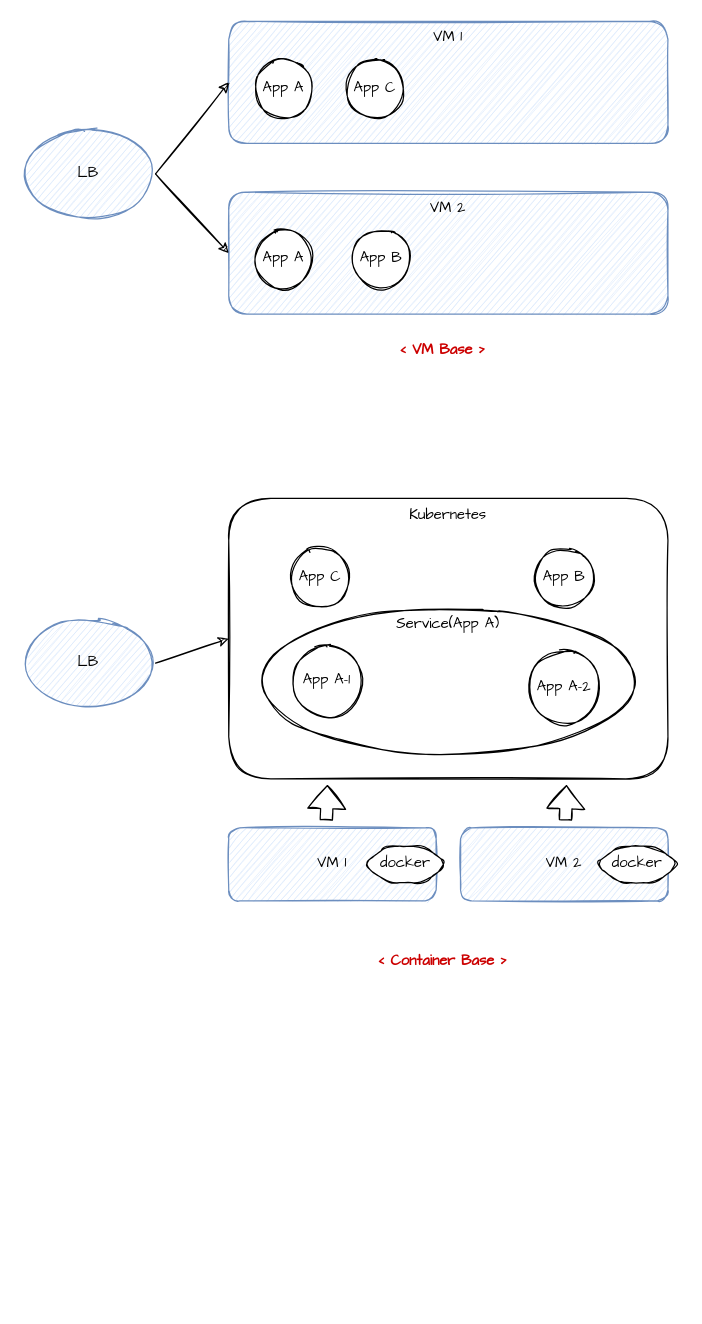
Before: k8s.drawio in chankamlam/demo, a draw.io diagram. Source tidied: cells renumbered, new cells numbered last; positions are measured from the earlier drawing's top-left corner, leaving out a move shared by most shapes. Both pictures are drawn from the tidied source at 122%, with x=0, y=0 at pixel (21, 21).
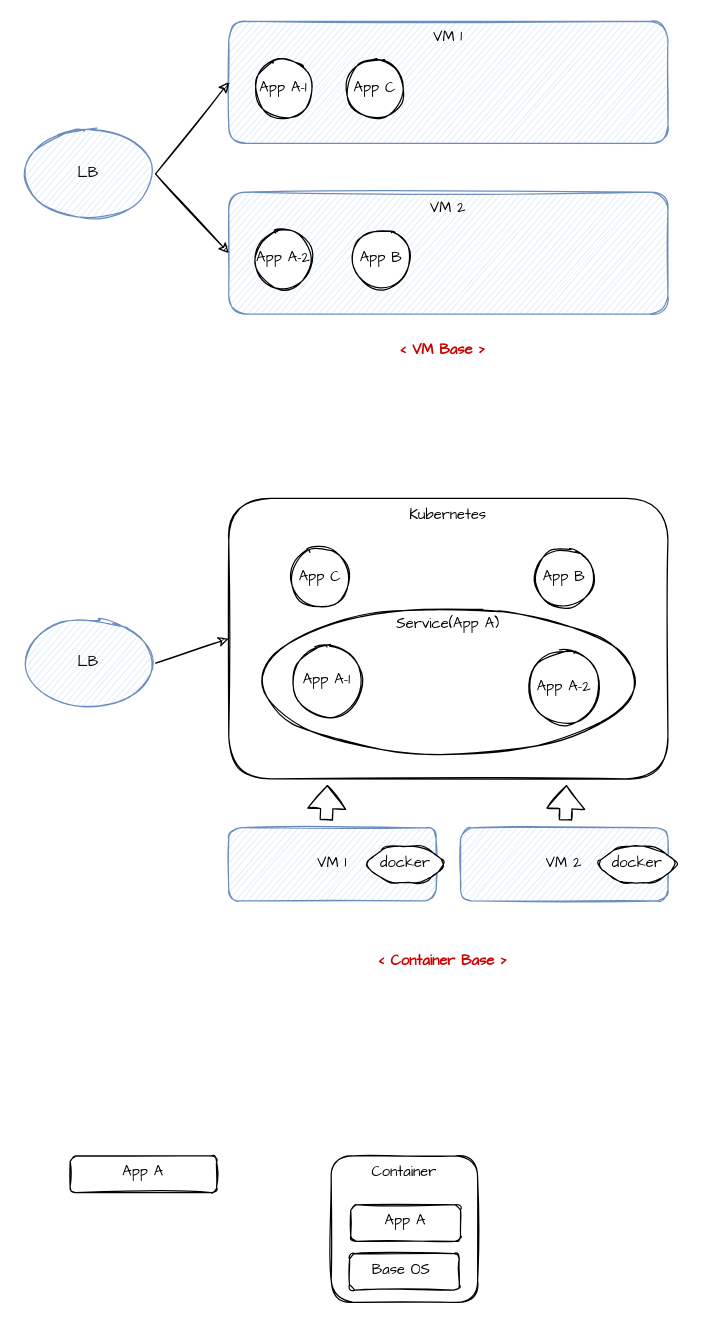
The same page after the edit.

What changed in the source:
```diff
@@
-    <mxCell id="5" value="App A" style="ellipse;whiteSpace=wrap;html=1;verticalAlign=middle;sketch=1;rounded=1;fontFamily=Comic Sans MS;" parent="1" vertex="1">
+    <mxCell id="5" value="App A-2" style="ellipse;whiteSpace=wrap;html=1;verticalAlign=middle;sketch=1;rounded=1;fontFamily=Comic Sans MS;" parent="1" vertex="1">
       <mxGeometry x="190" y="170" width="50" height="50" as="geometry" />
     </mxCell>
-    <mxCell id="6" value="App A" style="ellipse;whiteSpace=wrap;html=1;verticalAlign=middle;sketch=1;rounded=1;fontFamily=Comic Sans MS;" parent="1" vertex="1">
+    <mxCell id="6" value="App A-1" style="ellipse;whiteSpace=wrap;html=1;verticalAlign=middle;sketch=1;rounded=1;fontFamily=Comic Sans MS;" parent="1" vertex="1">
       <mxGeometry x="190" y="30" width="50" height="50" as="geometry" />
     </mxCell>
@@
+    <mxCell id="27" value="&lt;font color=&quot;#000000&quot;&gt;App A&lt;/font&gt;" style="rounded=1;whiteSpace=wrap;html=1;sketch=1;fontFamily=Comic Sans MS;fontColor=#CC0000;verticalAlign=top;" parent="1" vertex="1">
+      <mxGeometry x="40" y="930" width="120" height="30" as="geometry" />
+    </mxCell>
+    <mxCell id="28" value="&lt;font color=&quot;#000000&quot;&gt;&lt;span&gt;Container&lt;/span&gt;&lt;/font&gt;" style="rounded=1;whiteSpace=wrap;html=1;sketch=1;fontFamily=Comic Sans MS;fontColor=#CC0000;verticalAlign=top;" parent="1" vertex="1">
+      <mxGeometry x="254" y="930" width="120" height="120" as="geometry" />
+    </mxCell>
+    <mxCell id="29" value="&lt;font color=&quot;#000000&quot;&gt;App A&lt;/font&gt;" style="rounded=1;whiteSpace=wrap;html=1;sketch=1;fontFamily=Comic Sans MS;fontColor=#CC0000;verticalAlign=top;" parent="1" vertex="1">
+      <mxGeometry x="270" y="970" width="90" height="30" as="geometry" />
+    </mxCell>
+    <mxCell id="30" value="&lt;font color=&quot;#000000&quot;&gt;Base OS&amp;nbsp;&lt;/font&gt;" style="rounded=1;whiteSpace=wrap;html=1;sketch=1;fontFamily=Comic Sans MS;fontColor=#CC0000;verticalAlign=top;" parent="1" vertex="1">
+      <mxGeometry x="269" y="1010" width="90" height="30" as="geometry" />
+    </mxCell>
```
